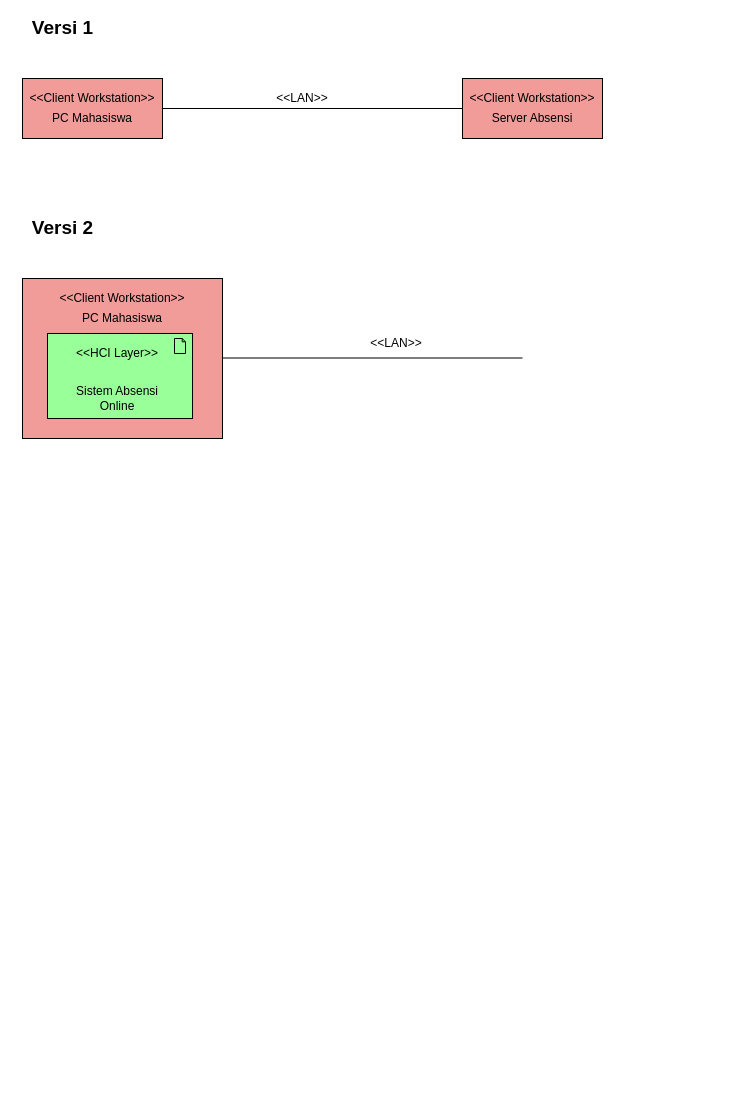
The draw.io diagram Untitled Diagram.drawio in malikalfazri/phpdasar, before the edit. Source tidied: cells renumbered, new cells numbered last; positions are measured from the earlier drawing's top-left corner, leaving out a move shared by most shapes. Both pictures are drawn from the tidied source at 100%, with x=0, y=0 at pixel (22, 18).
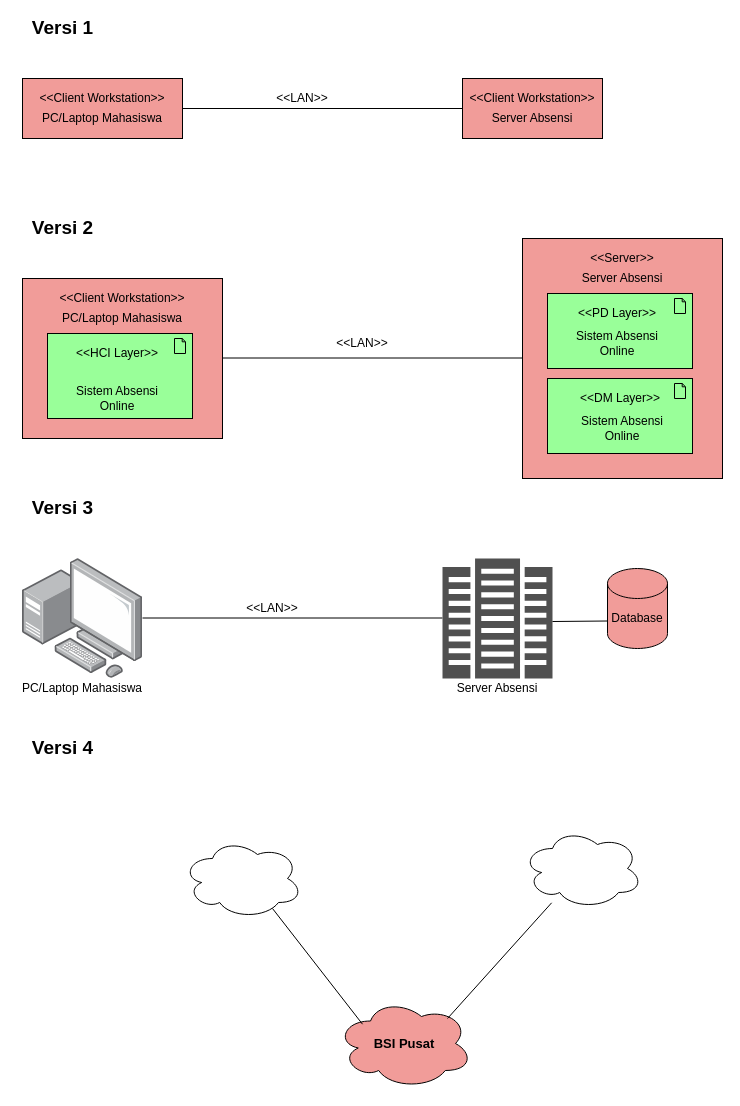
Above is the later version.

Diff of the diagram source:
```diff
@@
     <mxCell id="3" style="rounded=0;whiteSpace=wrap;html=1;fillColor=#F19C99;" parent="1" vertex="1">
-      <mxGeometry y="60" width="140" height="60" as="geometry" />
+      <mxGeometry y="60" width="160" height="60" as="geometry" />
     </mxCell>
     <mxCell id="4" value="&amp;lt;&amp;lt;Client Workstation&amp;gt;&amp;gt;" style="text;html=1;strokeColor=none;fillColor=none;align=center;verticalAlign=middle;whiteSpace=wrap;rounded=0;" parent="1" vertex="1">
-      <mxGeometry y="70" width="140" height="20" as="geometry" />
+      <mxGeometry x="10" y="70" width="140" height="20" as="geometry" />
     </mxCell>
-    <mxCell id="5" value="PC Mahasiswa" style="text;html=1;strokeColor=none;fillColor=none;align=center;verticalAlign=middle;whiteSpace=wrap;rounded=0;" parent="1" vertex="1">
-      <mxGeometry x="20" y="90" width="100" height="20" as="geometry" />
+    <mxCell id="5" value="PC/Laptop Mahasiswa" style="text;html=1;strokeColor=none;fillColor=none;align=center;verticalAlign=middle;whiteSpace=wrap;rounded=0;" parent="1" vertex="1">
+      <mxGeometry x="15" y="90" width="130" height="20" as="geometry" />
     </mxCell>
-    <mxCell id="6" style="endArrow=none;html=1;" parent="1" edge="1">
+    <mxCell id="6" style="endArrow=none;html=1;exitX=1;exitY=0.5;exitDx=0;exitDy=0;" parent="1" edge="1" source="3">
       <mxGeometry relative="1" as="geometry">
-        <mxPoint x="140" y="90" as="sourcePoint" />
         <mxPoint x="440" y="90" as="targetPoint" />
       </mxGeometry>
     </mxCell>
@@
-    <mxCell id="14" value="PC Mahasiswa" style="text;html=1;strokeColor=none;fillColor=none;align=center;verticalAlign=middle;whiteSpace=wrap;rounded=0;" parent="1" vertex="1">
-      <mxGeometry x="50" y="290" width="100" height="20" as="geometry" />
+    <mxCell id="14" value="PC/Laptop Mahasiswa" style="text;html=1;strokeColor=none;fillColor=none;align=center;verticalAlign=middle;whiteSpace=wrap;rounded=0;" parent="1" vertex="1">
+      <mxGeometry x="35" y="290" width="130" height="20" as="geometry" />
     </mxCell>
@@
     <mxCell id="19" value="&amp;lt;&amp;lt;LAN&amp;gt;&amp;gt;" style="text;html=1;strokeColor=none;fillColor=none;align=center;verticalAlign=middle;whiteSpace=wrap;rounded=0;" parent="1" vertex="1">
-      <mxGeometry x="354" y="315" width="40" height="20" as="geometry" />
+      <mxGeometry x="320" y="315" width="40" height="20" as="geometry" />
     </mxCell>
+    <mxCell id="20" style="rounded=0;whiteSpace=wrap;html=1;fillColor=#F19C99;" parent="1" vertex="1">
+      <mxGeometry x="500" y="220" width="200" height="240" as="geometry" />
+    </mxCell>
+    <mxCell id="21" value="&amp;lt;&amp;lt;Server&amp;gt;&amp;gt;" style="text;html=1;strokeColor=none;fillColor=none;align=center;verticalAlign=middle;whiteSpace=wrap;rounded=0;" parent="1" vertex="1">
+      <mxGeometry x="530" y="230" width="140" height="20" as="geometry" />
+    </mxCell>
+    <mxCell id="22" value="Server Absensi" style="text;html=1;strokeColor=none;fillColor=none;align=center;verticalAlign=middle;whiteSpace=wrap;rounded=0;" parent="1" vertex="1">
+      <mxGeometry x="550" y="250" width="100" height="20" as="geometry" />
+    </mxCell>
+    <mxCell id="23" style="html=1;whiteSpace=wrap;fillColor=#99ff99;shape=mxgraph.archimate.application;appType=artifact;" parent="1" vertex="1">
+      <mxGeometry x="525" y="275" width="145" height="75" as="geometry" />
+    </mxCell>
+    <mxCell id="24" value="&amp;lt;&amp;lt;PD Layer&amp;gt;&amp;gt;" style="text;html=1;strokeColor=none;fillColor=none;align=center;verticalAlign=middle;whiteSpace=wrap;rounded=0;" parent="1" vertex="1">
+      <mxGeometry x="540" y="285" width="110" height="20" as="geometry" />
+    </mxCell>
+    <mxCell id="25" value="Sistem Absensi Online" style="text;html=1;strokeColor=none;fillColor=none;align=center;verticalAlign=middle;whiteSpace=wrap;rounded=0;" parent="1" vertex="1">
+      <mxGeometry x="545" y="315" width="100" height="20" as="geometry" />
+    </mxCell>
+    <mxCell id="26" style="html=1;whiteSpace=wrap;fillColor=#99ff99;shape=mxgraph.archimate.application;appType=artifact;" parent="1" vertex="1">
+      <mxGeometry x="525" y="360" width="145" height="75" as="geometry" />
+    </mxCell>
+    <mxCell id="27" value="&amp;lt;&amp;lt;DM Layer&amp;gt;&amp;gt;" style="text;html=1;strokeColor=none;fillColor=none;align=center;verticalAlign=middle;whiteSpace=wrap;rounded=0;" parent="1" vertex="1">
+      <mxGeometry x="542.5" y="370" width="110" height="20" as="geometry" />
+    </mxCell>
+    <mxCell id="28" value="Sistem Absensi Online" style="text;html=1;strokeColor=none;fillColor=none;align=center;verticalAlign=middle;whiteSpace=wrap;rounded=0;" parent="1" vertex="1">
+      <mxGeometry x="550" y="400" width="100" height="20" as="geometry" />
+    </mxCell>
+    <mxCell id="29" style="html=1;align=center;shadow=0;dashed=0;image;image=img/lib/allied_telesis/computer_and_terminals/Personal_Computer_with_Server.svg;fillColor=#F19C99;" parent="1" vertex="1">
+      <mxGeometry y="540" width="120" height="120" as="geometry" />
+    </mxCell>
+    <mxCell id="30" value="&lt;b&gt;&lt;font style=&quot;font-size: 19px&quot;&gt;Versi 3&lt;br&gt;&lt;/font&gt;&lt;/b&gt;" style="text;html=1;align=center;verticalAlign=middle;fillColor=none;strokeColor=none;rounded=0;" parent="1" vertex="1">
+      <mxGeometry y="480" width="80" height="20" as="geometry" />
+    </mxCell>
+    <mxCell id="31" value="PC/Laptop Mahasiswa" style="text;html=1;strokeColor=none;fillColor=none;align=center;verticalAlign=middle;whiteSpace=wrap;rounded=0;" parent="1" vertex="1">
+      <mxGeometry x="-5" y="660" width="130" height="20" as="geometry" />
+    </mxCell>
+    <mxCell id="32" style="endArrow=none;html=1;" parent="1" edge="1">
+      <mxGeometry relative="1" as="geometry">
+        <mxPoint x="120" y="599.5" as="sourcePoint" />
+        <mxPoint x="420" y="599.5" as="targetPoint" />
+      </mxGeometry>
+    </mxCell>
+    <mxCell id="33" value="&amp;lt;&amp;lt;LAN&amp;gt;&amp;gt;" style="text;html=1;strokeColor=none;fillColor=none;align=center;verticalAlign=middle;whiteSpace=wrap;rounded=0;" parent="1" vertex="1">
+      <mxGeometry x="230" y="580" width="40" height="20" as="geometry" />
+    </mxCell>
+    <mxCell id="34" style="shadow=0;dashed=0;html=1;strokeColor=none;fillColor=#505050;labelPosition=center;verticalLabelPosition=bottom;verticalAlign=top;align=center;shape=mxgraph.office.servers.datacenter;" parent="1" vertex="1">
+      <mxGeometry x="420" y="540" width="110" height="120" as="geometry" />
+    </mxCell>
+    <mxCell id="35" value="Server Absensi" style="text;html=1;strokeColor=none;fillColor=none;align=center;verticalAlign=middle;whiteSpace=wrap;rounded=0;" parent="1" vertex="1">
+      <mxGeometry x="425" y="660" width="100" height="20" as="geometry" />
+    </mxCell>
+    <mxCell id="36" style="shape=cylinder3;whiteSpace=wrap;html=1;boundedLbl=1;backgroundOutline=1;size=15;fillColor=#F19C99;" parent="1" vertex="1">
+      <mxGeometry x="585" y="550" width="60" height="80" as="geometry" />
+    </mxCell>
+    <mxCell id="37" style="endArrow=none;html=1;entryX=0;entryY=0;entryDx=0;entryDy=52.5;entryPerimeter=0;" parent="1" edge="1" target="36">
+      <mxGeometry relative="1" as="geometry">
+        <mxPoint x="530" y="603" as="sourcePoint" />
+      </mxGeometry>
+    </mxCell>
+    <mxCell id="38" value="Database" style="text;html=1;strokeColor=none;fillColor=none;align=center;verticalAlign=middle;whiteSpace=wrap;rounded=0;" parent="1" vertex="1">
+      <mxGeometry x="595" y="590" width="40" height="20" as="geometry" />
+    </mxCell>
+    <mxCell id="39" value="&lt;b&gt;&lt;font style=&quot;font-size: 19px&quot;&gt;Versi 4&lt;br&gt;&lt;/font&gt;&lt;/b&gt;" style="text;html=1;align=center;verticalAlign=middle;fillColor=none;strokeColor=none;rounded=0;" parent="1" vertex="1">
+      <mxGeometry y="720" width="80" height="20" as="geometry" />
+    </mxCell>
+    <mxCell id="40" style="ellipse;shape=cloud;whiteSpace=wrap;html=1;fillColor=#F19C99;" parent="1" vertex="1">
+      <mxGeometry x="314" y="980" width="136" height="90" as="geometry" />
+    </mxCell>
+    <mxCell id="41" style="endArrow=none;html=1;" parent="1" edge="1" target="42">
+      <mxGeometry relative="1" as="geometry">
+        <mxPoint x="425" y="1000" as="sourcePoint" />
+      </mxGeometry>
+    </mxCell>
+    <mxCell id="42" style="ellipse;shape=cloud;whiteSpace=wrap;html=1;" parent="1" vertex="1">
+      <mxGeometry x="500" y="810" width="120" height="80" as="geometry" />
+    </mxCell>
+    <mxCell id="43" value="BSI Pusat" style="text;html=1;strokeColor=none;fillColor=none;align=center;verticalAlign=middle;whiteSpace=wrap;rounded=0;fontSize=13;fontStyle=1;" parent="1" vertex="1">
+      <mxGeometry x="347" y="1015" width="70" height="20" as="geometry" />
+    </mxCell>
+    <mxCell id="44" style="endArrow=none;html=1;" parent="1" edge="1">
+      <mxGeometry relative="1" as="geometry">
+        <mxPoint x="340" y="1005.7" as="sourcePoint" />
+        <mxPoint x="250" y="890" as="targetPoint" />
+      </mxGeometry>
+    </mxCell>
+    <mxCell id="45" style="ellipse;shape=cloud;whiteSpace=wrap;html=1;" parent="1" vertex="1">
+      <mxGeometry x="160" y="820" width="120" height="80" as="geometry" />
+    </mxCell>
```
